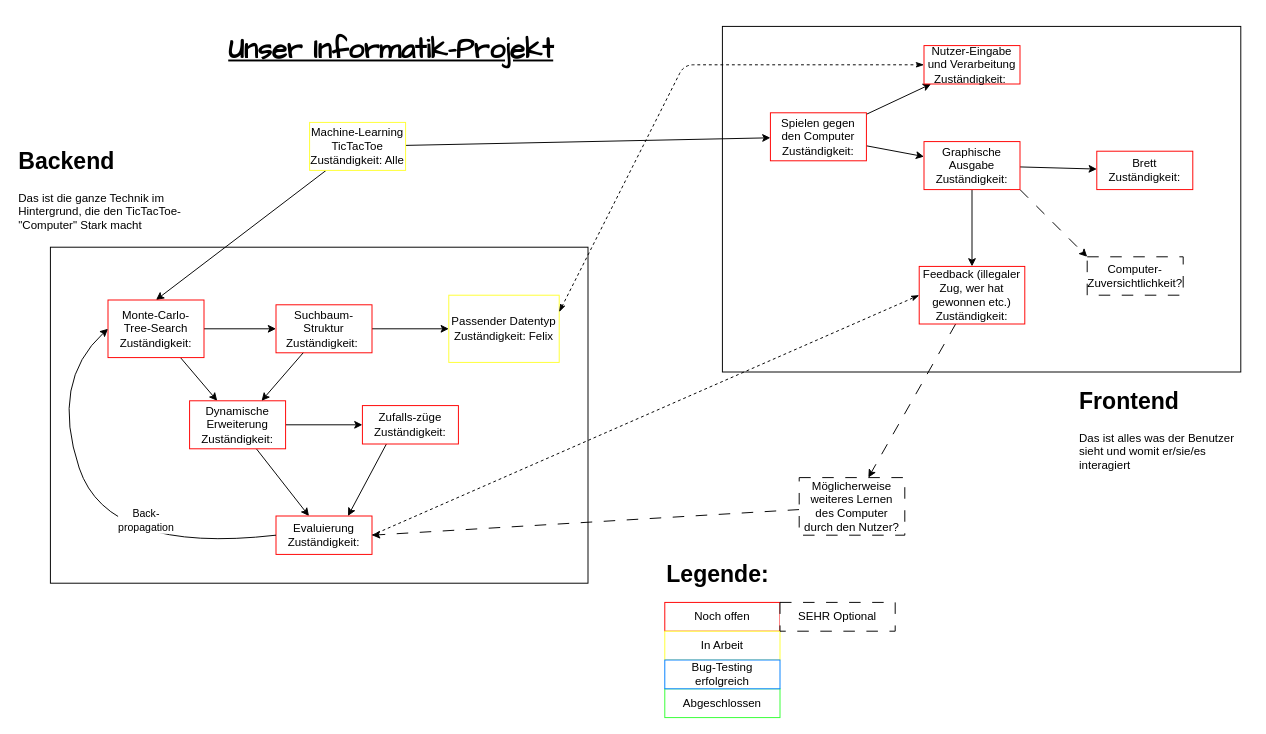
FranzImsch/mcts-tic-tac-toe keeps this draw.io diagram as Organigramm.drawio. Above is the earlier version. Source tidied: cells renumbered, new cells numbered last; positions are measured from the earlier drawing's top-left corner, leaving out a move shared by most shapes. Both pictures are drawn from the tidied source at 96%, with x=0, y=0 at pixel (16, 16).
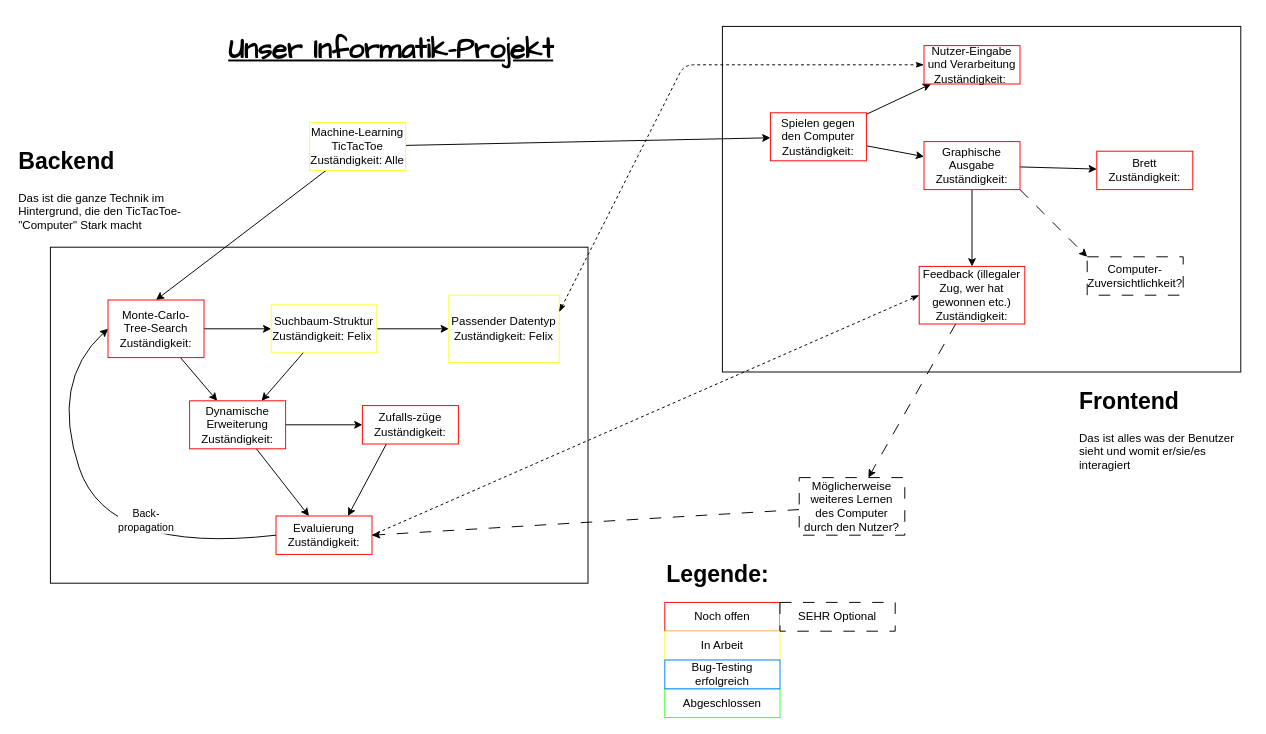
After the change.

Commit message:
Zuständigkeit eingetragen

What changed in the source:
```diff
@@
-    <mxCell id="13" value="Suchbaum-Struktur&lt;div&gt;Zuständigkeit:&amp;nbsp;&lt;/div&gt;" style="whiteSpace=wrap;html=1;align=center;strokeColor=#FF0000;" parent="1" vertex="1">
-      <mxGeometry x="270" y="300" width="100" height="50" as="geometry" />
+    <mxCell id="13" value="Suchbaum-Struktur&lt;div&gt;Zuständigkeit: Felix&amp;nbsp;&lt;/div&gt;" style="whiteSpace=wrap;html=1;align=center;strokeColor=#FFFF33;" parent="1" vertex="1">
+      <mxGeometry x="265" y="300" width="110" height="50" as="geometry" />
     </mxCell>
```
